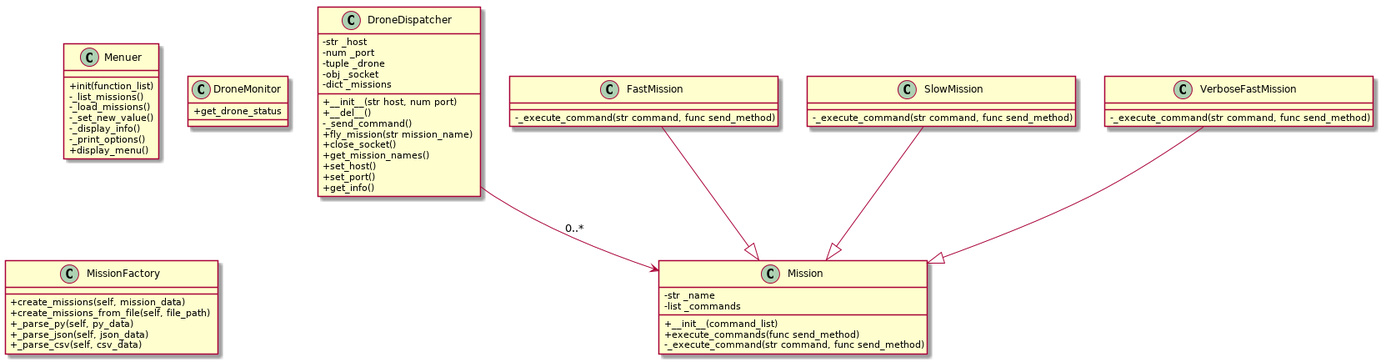
Above: classDiagrams.png in garryjable/TelloDroneMk2 (PlantUML), before the change.
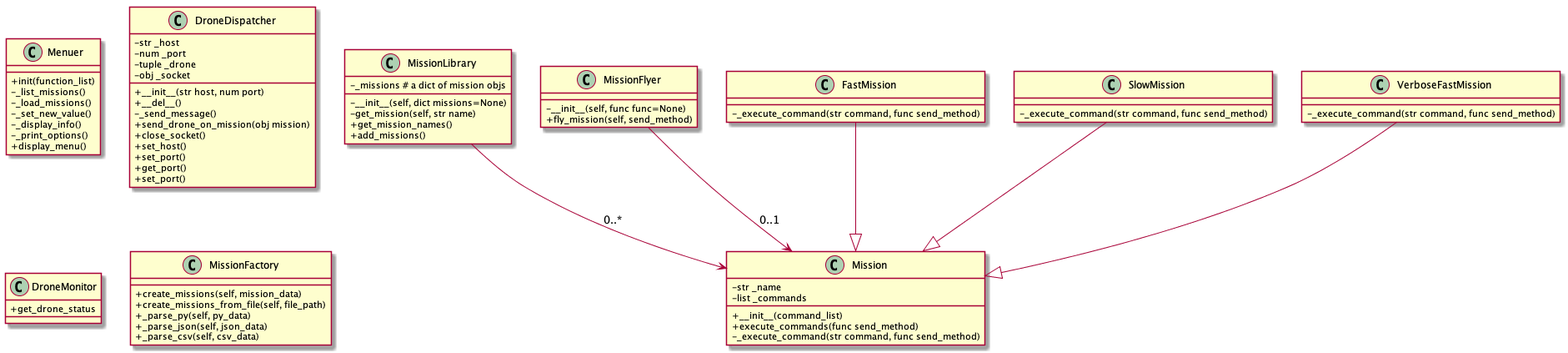
The same diagram one commit later.

Commit message:
updating class diagrams

Change to the diagram source:
```diff
@@ -2,7 +2,8 @@
 
 skinparam classAttributeIconSize 0
 
-DroneDispatcher --> Mission : 0..*
+MissionLibrary --> Mission : 0..*
+MissionFlyer --> Mission : 0..1
 FastMission --|> Mission
 SlowMission --|> Mission
 VerboseFastMission --|> Mission
@@ -22,21 +23,36 @@
     -num _port
     -tuple _drone
     -obj _socket
-    -dict _missions
     +__init__(str host, num port)
     +__del__()
-    -_send_command()
-    +fly_mission(str mission_name)
+    -_send_message()
+    +send_drone_on_mission(obj mission)
     +close_socket()
-    +get_mission_names()
     +set_host()
     +set_port()
-    +get_info()
+    +get_port()
+    +set_port()
 }
 
 class DroneMonitor {
 
     +get_drone_status
+}
+
+class MissionFlyer {
+
+    -__init__(self, func func=None)
+    +fly_mission(self, send_method)
+
+}
+
+class MissionLibrary {
+    -_missions # a dict of mission objs
+    -__init__(self, dict missions=None)
+    -get_mission(self, str name)
+    +get_mission_names()
+    +add_missions()
+
 }
 
 class MissionFactory {
```
